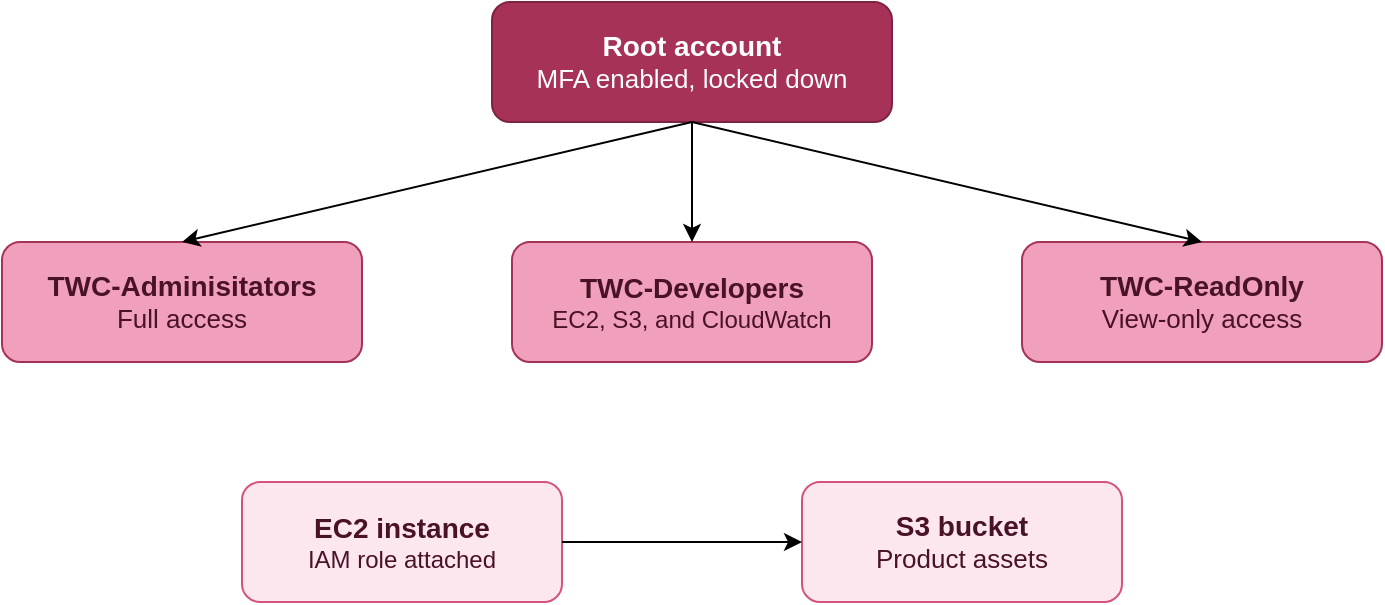
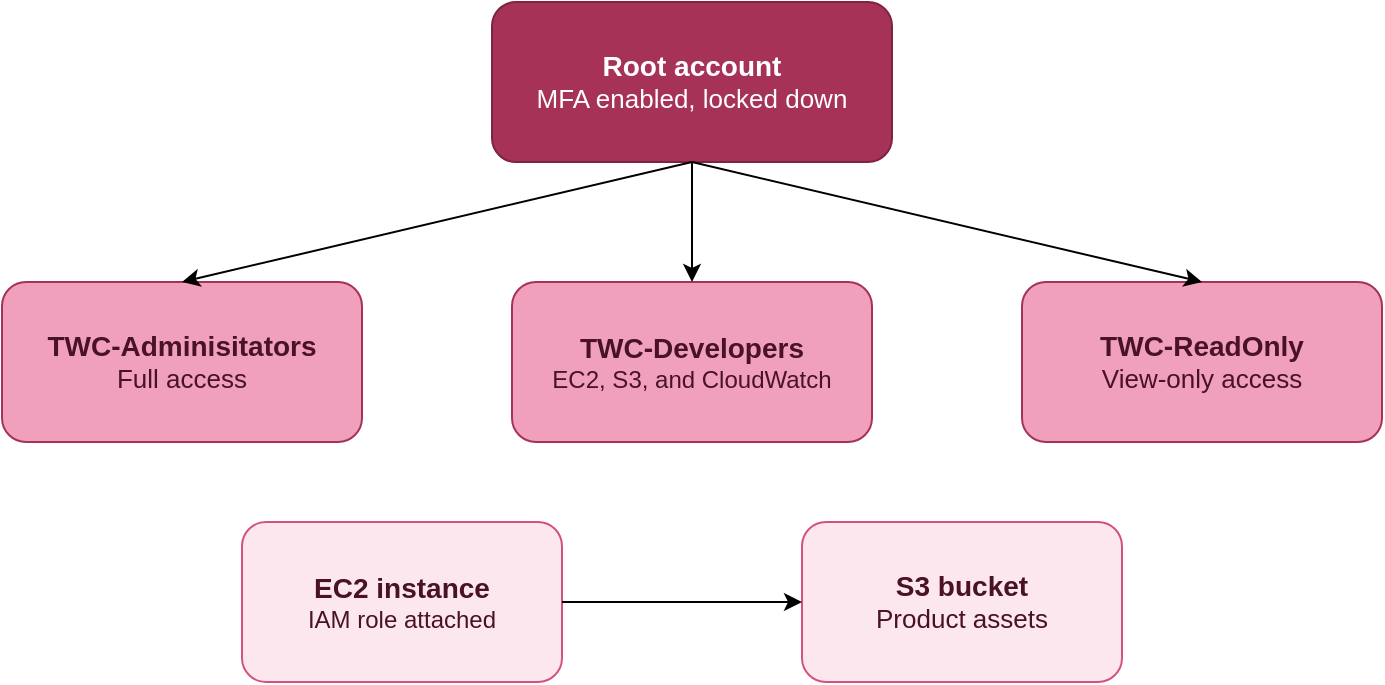
<mxfile host="app.diagrams.net">
  <diagram name="Page-1" id="5Vqy2oQavXK06omjqqgB">
    <mxGraphModel dx="1174" dy="635" grid="1" gridSize="10" guides="1" tooltips="1" connect="1" arrows="1" fold="1" page="1" pageScale="1" pageWidth="850" pageHeight="1100" math="0" shadow="0">
      <root>
        <mxCell id="0" />
        <mxCell id="1" parent="0" />
        <mxCell id="uq2NgA4z6IwvU1Z_H7Wr-1" parent="1" style="rounded=1;whiteSpace=wrap;html=1;fillColor=#A63258;strokeColor=#7E2440;fontColor=#FFFFFF;" value="&lt;div&gt;&lt;font style=&quot;font-size: 14px;&quot;&gt;&lt;b&gt;&lt;font&gt;Root account&lt;/font&gt;&lt;/b&gt;&lt;/font&gt;&lt;/div&gt;&lt;font style=&quot;font-size: 13px;&quot;&gt;MFA enabled, locked down&lt;/font&gt;" vertex="1">
-           <mxGeometry height="60" width="200" x="325" y="200" as="geometry" />
+           <mxGeometry height="80" width="200" x="325" y="180" as="geometry" />
        </mxCell>
        <mxCell id="M2qwHpEOU-4SUN7A3_y7-1" parent="1" style="rounded=1;whiteSpace=wrap;html=1;fillColor=#F0A0BC;strokeColor=#A63258;fontColor=#4A1226;" value="&lt;div&gt;&lt;font style=&quot;font-size: 14px;&quot;&gt;&lt;b&gt;&lt;font&gt;TWC-Adminisitators&lt;/font&gt;&lt;/b&gt;&lt;/font&gt;&lt;/div&gt;&lt;div&gt;&lt;font style=&quot;font-size: 13px;&quot;&gt;Full access&lt;/font&gt;&lt;/div&gt;" vertex="1">
-           <mxGeometry height="60" width="180" x="80" y="320" as="geometry" />
+           <mxGeometry height="80" width="180" x="80" y="320" as="geometry" />
        </mxCell>
        <mxCell id="M2qwHpEOU-4SUN7A3_y7-4" parent="1" style="rounded=1;whiteSpace=wrap;html=1;fillColor=#FCE7EF;strokeColor=#D4537E;fontColor=#4A1226;" value="&lt;div&gt;&lt;b&gt;&lt;font style=&quot;font-size: 14px;&quot;&gt;S3 bucket&lt;/font&gt;&lt;/b&gt;&lt;/div&gt;&lt;font style=&quot;font-size: 13px;&quot;&gt;Product assets&lt;/font&gt;" vertex="1">
-           <mxGeometry height="60" width="160" x="480" y="440" as="geometry" />
+           <mxGeometry height="80" width="160" x="480" y="440" as="geometry" />
        </mxCell>
        <mxCell id="M2qwHpEOU-4SUN7A3_y7-5" parent="1" style="rounded=1;whiteSpace=wrap;html=1;fillColor=#FCE7EF;strokeColor=#D4537E;fontColor=#4A1226;" value="&lt;div&gt;&lt;font style=&quot;font-size: 14px;&quot;&gt;&lt;b&gt;&lt;font&gt;EC2 instance&lt;/font&gt;&lt;/b&gt;&lt;/font&gt;&lt;/div&gt;&lt;div&gt;IAM role attached&lt;/div&gt;" vertex="1">
-           <mxGeometry height="60" width="160" x="200" y="440" as="geometry" />
+           <mxGeometry height="80" width="160" x="200" y="440" as="geometry" />
        </mxCell>
        <mxCell id="M2qwHpEOU-4SUN7A3_y7-6" parent="1" style="rounded=1;whiteSpace=wrap;html=1;fillColor=#F0A0BC;strokeColor=#A63258;fontColor=#4A1226;" value="&lt;div&gt;&lt;font style=&quot;font-size: 14px;&quot;&gt;&lt;b&gt;&lt;font&gt;TWC-ReadOnly&lt;/font&gt;&lt;/b&gt;&lt;/font&gt;&lt;/div&gt;&lt;div&gt;&lt;font style=&quot;font-size: 13px;&quot;&gt;View-only access&lt;/font&gt;&lt;/div&gt;" vertex="1">
-           <mxGeometry height="60" width="180" x="590" y="320" as="geometry" />
+           <mxGeometry height="80" width="180" x="590" y="320" as="geometry" />
        </mxCell>
        <mxCell id="M2qwHpEOU-4SUN7A3_y7-7" parent="1" style="rounded=1;whiteSpace=wrap;html=1;fillColor=#F0A0BC;strokeColor=#A63258;fontColor=#4A1226;" value="&lt;div&gt;&lt;font style=&quot;font-size: 14px;&quot;&gt;&lt;b&gt;&lt;font&gt;TWC-Developers&lt;/font&gt;&lt;/b&gt;&lt;/font&gt;&lt;/div&gt;&lt;div&gt;EC2, S3, and CloudWatch&lt;/div&gt;" vertex="1">
-           <mxGeometry height="60" width="180" x="335" y="320" as="geometry" />
+           <mxGeometry height="80" width="180" x="335" y="320" as="geometry" />
        </mxCell>
        <mxCell id="M2qwHpEOU-4SUN7A3_y7-8" edge="1" parent="1" source="uq2NgA4z6IwvU1Z_H7Wr-1" style="endArrow=classic;html=1;rounded=0;exitX=0.5;exitY=1;exitDx=0;exitDy=0;entryX=0.5;entryY=0;entryDx=0;entryDy=0;" target="M2qwHpEOU-4SUN7A3_y7-1" value="">
          <mxGeometry height="50" relative="1" width="50" as="geometry">
            <mxPoint x="180" y="255" as="sourcePoint" />
            <mxPoint x="140" y="290" as="targetPoint" />
          </mxGeometry>
        </mxCell>
        <mxCell id="M2qwHpEOU-4SUN7A3_y7-9" edge="1" parent="1" source="uq2NgA4z6IwvU1Z_H7Wr-1" style="endArrow=classic;html=1;rounded=0;exitX=0.5;exitY=1;exitDx=0;exitDy=0;entryX=0.5;entryY=0;entryDx=0;entryDy=0;" target="M2qwHpEOU-4SUN7A3_y7-7" value="">
          <mxGeometry height="50" relative="1" width="50" as="geometry">
            <mxPoint x="350" y="280" as="sourcePoint" />
            <mxPoint x="310" y="315" as="targetPoint" />
          </mxGeometry>
        </mxCell>
        <mxCell id="M2qwHpEOU-4SUN7A3_y7-10" edge="1" parent="1" source="uq2NgA4z6IwvU1Z_H7Wr-1" style="endArrow=classic;html=1;rounded=0;exitX=0.5;exitY=1;exitDx=0;exitDy=0;entryX=0.5;entryY=0;entryDx=0;entryDy=0;" target="M2qwHpEOU-4SUN7A3_y7-6" value="">
          <mxGeometry height="50" relative="1" width="50" as="geometry">
            <mxPoint x="670" y="260" as="sourcePoint" />
            <mxPoint x="630" y="295" as="targetPoint" />
          </mxGeometry>
        </mxCell>
        <mxCell id="M2qwHpEOU-4SUN7A3_y7-11" edge="1" parent="1" source="M2qwHpEOU-4SUN7A3_y7-5" style="endArrow=classic;html=1;rounded=0;exitX=1;exitY=0.5;exitDx=0;exitDy=0;entryX=0;entryY=0.5;entryDx=0;entryDy=0;" target="M2qwHpEOU-4SUN7A3_y7-4" value="">
          <mxGeometry height="50" relative="1" width="50" as="geometry">
            <mxPoint x="380" y="470" as="sourcePoint" />
            <mxPoint x="460" y="470" as="targetPoint" />
          </mxGeometry>
        </mxCell>
      </root>
    </mxGraphModel>
  </diagram>
</mxfile>
